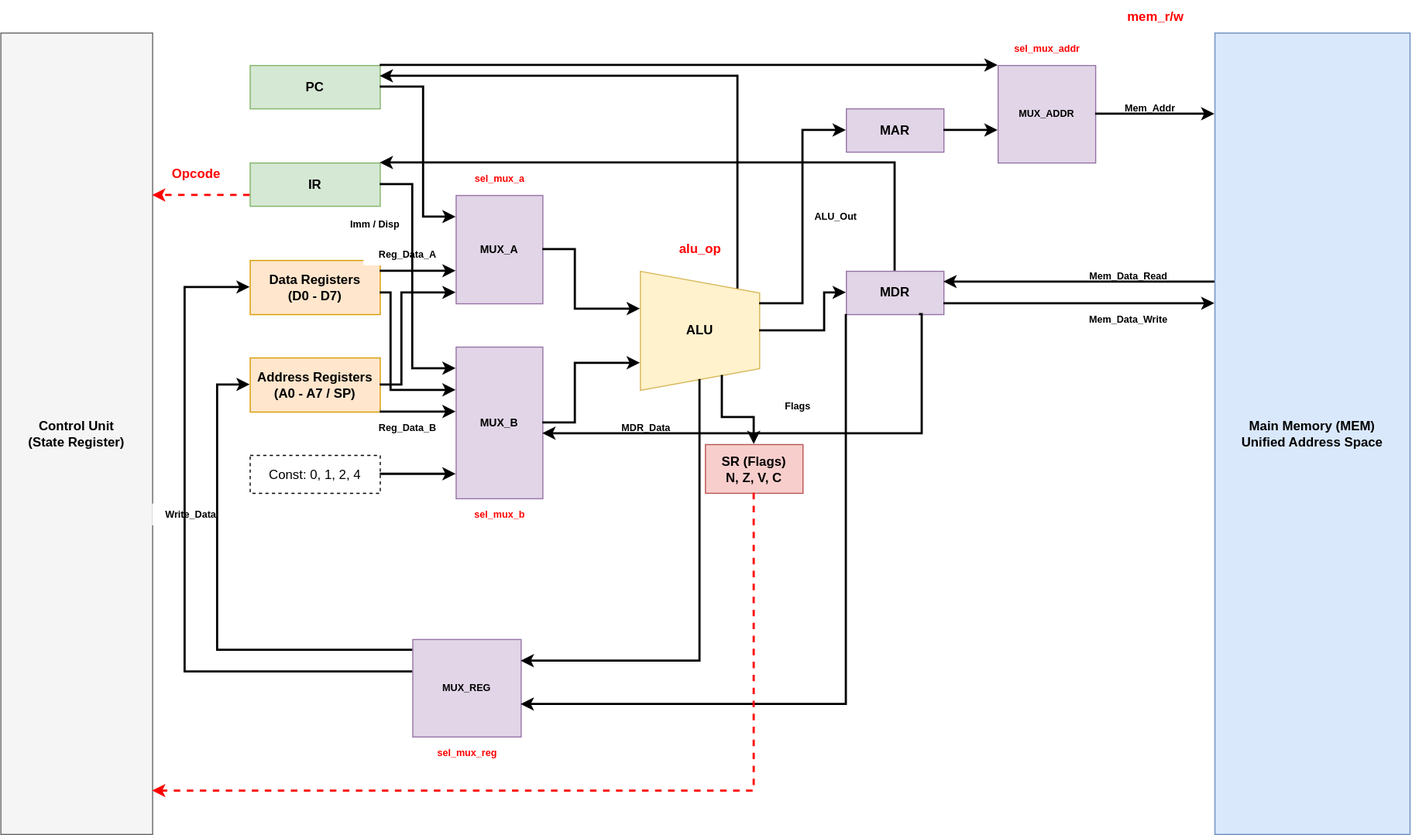
BlackHaMSter919/lab3 keeps this draw.io diagram as scheme.svg. Above is the earlier version. Source tidied: cells renumbered, new cells last; positions are measured from the earlier drawing's top-left corner, leaving out a move shared by most shapes. The source it was exported from:
```xml
<mxGraphModel>
  <root>
    <mxCell id="0" />
    <mxCell id="1" parent="0" />
    <mxCell id="2" value="Control Unit&#10;(State Register)" style="rounded=0;whiteSpace=wrap;html=1;fillColor=#f5f5f5;strokeColor=#666666;fontStyle=1;" parent="1" vertex="1">
      <mxGeometry y="30" width="140" height="740" as="geometry" />
    </mxCell>
    <mxCell id="3" value="Main Memory (MEM)&#10;Unified Address Space" style="rounded=0;whiteSpace=wrap;html=1;fillColor=#dae8fc;strokeColor=#6c8ebf;fontStyle=1;" parent="1" vertex="1">
      <mxGeometry x="1120" y="30" width="180" height="740" as="geometry" />
    </mxCell>
    <mxCell id="4" value="PC" style="rounded=0;whiteSpace=wrap;html=1;fillColor=#d5e8d4;strokeColor=#82b366;fontStyle=1;" parent="1" vertex="1">
      <mxGeometry x="230" y="60" width="120" height="40" as="geometry" />
    </mxCell>
    <mxCell id="5" value="IR" style="rounded=0;whiteSpace=wrap;html=1;fillColor=#d5e8d4;strokeColor=#82b366;fontStyle=1;" parent="1" vertex="1">
      <mxGeometry x="230" y="150" width="120" height="40" as="geometry" />
    </mxCell>
    <mxCell id="6" value="Data Registers&#10;(D0 - D7)" style="rounded=0;whiteSpace=wrap;html=1;fillColor=#ffe6cc;strokeColor=#d79b00;fontStyle=1;" parent="1" vertex="1">
      <mxGeometry x="230" y="240" width="120" height="50" as="geometry" />
    </mxCell>
    <mxCell id="7" value="Address Registers&#10;(A0 - A7 / SP)" style="rounded=0;whiteSpace=wrap;html=1;fillColor=#ffe6cc;strokeColor=#d79b00;fontStyle=1;" parent="1" vertex="1">
      <mxGeometry x="230" y="330" width="120" height="50" as="geometry" />
    </mxCell>
    <mxCell id="8" value="Const: 0, 1, 2, 4" style="rounded=0;whiteSpace=wrap;html=1;fillColor=#ffffff;strokeColor=#000000;dashed=1;" parent="1" vertex="1">
      <mxGeometry x="230" y="420" width="120" height="35" as="geometry" />
    </mxCell>
    <mxCell id="9" value="MAR" style="rounded=0;whiteSpace=wrap;html=1;fillColor=#e1d5e7;strokeColor=#9673a6;fontStyle=1;" parent="1" vertex="1">
      <mxGeometry x="780" y="100" width="90" height="40" as="geometry" />
    </mxCell>
    <mxCell id="10" value="MDR" style="rounded=0;whiteSpace=wrap;html=1;fillColor=#e1d5e7;strokeColor=#9673a6;fontStyle=1;" parent="1" vertex="1">
      <mxGeometry x="780" y="250" width="90" height="40" as="geometry" />
    </mxCell>
    <mxCell id="11" value="MUX_A" style="rounded=0;whiteSpace=wrap;html=1;fillColor=#e1d5e7;strokeColor=#9673a6;fontStyle=1;fontSize=10;" parent="1" vertex="1">
      <mxGeometry x="420" y="180" width="80" height="100" as="geometry" />
    </mxCell>
    <mxCell id="12" value="MUX_B" style="rounded=0;whiteSpace=wrap;html=1;fillColor=#e1d5e7;strokeColor=#9673a6;fontStyle=1;fontSize=10;" parent="1" vertex="1">
      <mxGeometry x="420" y="320" width="80" height="140" as="geometry" />
    </mxCell>
    <mxCell id="13" value="MUX_ADDR" style="rounded=0;whiteSpace=wrap;html=1;fillColor=#e1d5e7;strokeColor=#9673a6;fontStyle=1;fontSize=9;" parent="1" vertex="1">
      <mxGeometry x="920" y="60" width="90" height="90" as="geometry" />
    </mxCell>
    <mxCell id="14" value="MUX_REG" style="rounded=0;whiteSpace=wrap;html=1;fillColor=#e1d5e7;strokeColor=#9673a6;fontStyle=1;fontSize=9;" parent="1" vertex="1">
      <mxGeometry x="380" y="590" width="100" height="90" as="geometry" />
    </mxCell>
    <mxCell id="15" value="ALU" style="shape=trapezoid;perimeter=trapezoidPerimeter;whiteSpace=wrap;html=1;fixedSize=1;direction=south;fillColor=#fff2cc;strokeColor=#d6b656;fontStyle=1;" parent="1" vertex="1">
      <mxGeometry x="590" y="250" width="110" height="110" as="geometry" />
    </mxCell>
    <mxCell id="16" value="SR (Flags)&#10;N, Z, V, C" style="rounded=0;whiteSpace=wrap;html=1;fillColor=#f8cecc;strokeColor=#b85450;fontStyle=1;" parent="1" vertex="1">
      <mxGeometry x="650" y="410" width="90" height="45" as="geometry" />
    </mxCell>
    <mxCell id="17" value="Opcode" style="text;html=1;align=center;verticalAlign=middle;fontColor=#FF0000;fontStyle=1;" parent="1" vertex="1">
      <mxGeometry x="150" y="145" width="60" height="30" as="geometry" />
    </mxCell>
    <mxCell id="18" value="alu_op" style="text;html=1;align=center;verticalAlign=middle;fontColor=#FF0000;fontStyle=1;" parent="1" vertex="1">
      <mxGeometry x="615" y="215" width="60" height="30" as="geometry" />
    </mxCell>
    <mxCell id="19" value="mem_r/w" style="text;html=1;align=center;verticalAlign=middle;fontColor=#FF0000;fontStyle=1;" parent="1" vertex="1">
      <mxGeometry x="1030" width="70" height="30" as="geometry" />
    </mxCell>
    <mxCell id="20" value="sel_mux_a" style="text;html=1;align=center;verticalAlign=middle;fontColor=#FF0000;fontStyle=1;fontSize=9;" parent="1" vertex="1">
      <mxGeometry x="425" y="155" width="70" height="20" as="geometry" />
    </mxCell>
    <mxCell id="21" value="sel_mux_b" style="text;html=1;align=center;verticalAlign=middle;fontColor=#FF0000;fontStyle=1;fontSize=9;" parent="1" vertex="1">
      <mxGeometry x="425" y="465" width="70" height="20" as="geometry" />
    </mxCell>
    <mxCell id="22" value="sel_mux_reg" style="text;html=1;align=center;verticalAlign=middle;fontColor=#FF0000;fontStyle=1;fontSize=9;" parent="1" vertex="1">
      <mxGeometry x="390" y="685" width="80" height="20" as="geometry" />
    </mxCell>
    <mxCell id="23" value="sel_mux_addr" style="text;html=1;align=center;verticalAlign=middle;fontColor=#FF0000;fontStyle=1;fontSize=9;" parent="1" vertex="1">
      <mxGeometry x="920" y="35" width="90" height="20" as="geometry" />
    </mxCell>
    <mxCell id="24" value="Mem_Addr" style="text;html=1;align=center;verticalAlign=middle;fontSize=9;fontColor=#000000;fontStyle=1;fillColor=#ffffff;" parent="1" vertex="1">
      <mxGeometry x="1025" y="90" width="70" height="20" as="geometry" />
    </mxCell>
    <mxCell id="25" value="Mem_Data_Read" style="text;html=1;align=center;verticalAlign=middle;fontSize=9;fontColor=#000000;fontStyle=1;fillColor=#ffffff;" parent="1" vertex="1">
      <mxGeometry x="990" y="245" width="100" height="20" as="geometry" />
    </mxCell>
    <mxCell id="26" value="Mem_Data_Write" style="text;html=1;align=center;verticalAlign=middle;fontSize=9;fontColor=#000000;fontStyle=1;fillColor=#ffffff;" parent="1" vertex="1">
      <mxGeometry x="990" y="285" width="100" height="20" as="geometry" />
    </mxCell>
    <mxCell id="27" value="Reg_Data_A" style="text;html=1;align=center;verticalAlign=middle;fontSize=9;fontColor=#000000;fontStyle=1;fillColor=#ffffff;" parent="1" vertex="1">
      <mxGeometry x="335" y="225" width="80" height="20" as="geometry" />
    </mxCell>
    <mxCell id="28" value="Imm / Disp" style="text;html=1;align=center;verticalAlign=middle;fontSize=9;fontColor=#000000;fontStyle=1;fillColor=#ffffff;" parent="1" vertex="1">
      <mxGeometry x="310" y="197" width="70" height="20" as="geometry" />
    </mxCell>
    <mxCell id="29" value="Reg_Data_B" style="text;html=1;align=center;verticalAlign=middle;fontSize=9;fontColor=#000000;fontStyle=1;fillColor=#ffffff;" parent="1" vertex="1">
      <mxGeometry x="335" y="385" width="80" height="20" as="geometry" />
    </mxCell>
    <mxCell id="30" value="MDR_Data" style="text;html=1;align=center;verticalAlign=middle;fontSize=9;fontColor=#000000;fontStyle=1;fillColor=#ffffff;" parent="1" vertex="1">
      <mxGeometry x="560" y="385" width="70" height="20" as="geometry" />
    </mxCell>
    <mxCell id="31" value="Flags" style="text;html=1;align=center;verticalAlign=middle;fontSize=9;fontColor=#000000;fontStyle=1;fillColor=#ffffff;" parent="1" vertex="1">
      <mxGeometry x="710" y="365" width="50" height="20" as="geometry" />
    </mxCell>
    <mxCell id="32" value="ALU_Out" style="text;html=1;align=center;verticalAlign=middle;fontSize=9;fontColor=#000000;fontStyle=1;fillColor=#ffffff;" parent="1" vertex="1">
      <mxGeometry x="740" y="190" width="60" height="20" as="geometry" />
    </mxCell>
    <mxCell id="33" value="Write_Data" style="text;html=1;align=center;verticalAlign=middle;fontSize=9;fontColor=#000000;fontStyle=1;fillColor=#ffffff;" parent="1" vertex="1">
      <mxGeometry x="140" y="465" width="70" height="20" as="geometry" />
    </mxCell>
    <mxCell id="34" style="edgeStyle=orthogonalEdgeStyle;rounded=0;html=1;strokeWidth=2;" parent="1" edge="1" source="4" target="13">
      <mxGeometry relative="1" as="geometry">
        <Array as="points">
          <mxPoint x="630" y="60" />
          <mxPoint x="630" y="60" />
        </Array>
      </mxGeometry>
    </mxCell>
    <mxCell id="35" style="edgeStyle=orthogonalEdgeStyle;rounded=0;html=1;strokeWidth=2;" parent="1" edge="1" source="9" target="13">
      <mxGeometry relative="1" as="geometry">
        <Array as="points">
          <mxPoint x="900" y="120" />
          <mxPoint x="900" y="120" />
        </Array>
      </mxGeometry>
    </mxCell>
    <mxCell id="36" style="edgeStyle=orthogonalEdgeStyle;rounded=0;html=1;strokeWidth=2;" parent="1" edge="1" source="13" target="3">
      <mxGeometry relative="1" as="geometry">
        <Array as="points">
          <mxPoint x="1070" y="105" />
          <mxPoint x="1070" y="105" />
        </Array>
      </mxGeometry>
    </mxCell>
    <mxCell id="37" style="edgeStyle=orthogonalEdgeStyle;rounded=0;html=1;strokeWidth=2;" parent="1" edge="1" source="3" target="10">
      <mxGeometry relative="1" as="geometry">
        <Array as="points">
          <mxPoint x="980" y="260" />
          <mxPoint x="980" y="260" />
        </Array>
      </mxGeometry>
    </mxCell>
    <mxCell id="38" style="edgeStyle=orthogonalEdgeStyle;rounded=0;html=1;strokeWidth=2;" parent="1" edge="1" source="10" target="3">
      <mxGeometry relative="1" as="geometry">
        <Array as="points">
          <mxPoint x="1110" y="280" />
          <mxPoint x="1110" y="280" />
        </Array>
      </mxGeometry>
    </mxCell>
    <mxCell id="39" style="edgeStyle=orthogonalEdgeStyle;rounded=0;html=1;strokeWidth=2;" parent="1" edge="1" source="10" target="5">
      <mxGeometry relative="1" as="geometry">
        <Array as="points">
          <mxPoint x="825" y="150" />
        </Array>
      </mxGeometry>
    </mxCell>
    <mxCell id="40" style="edgeStyle=orthogonalEdgeStyle;rounded=0;html=1;strokeWidth=2;" parent="1" edge="1" source="4" target="11">
      <mxGeometry relative="1" as="geometry">
        <Array as="points">
          <mxPoint x="390" y="80" />
          <mxPoint x="390" y="200" />
        </Array>
      </mxGeometry>
    </mxCell>
    <mxCell id="41" style="edgeStyle=orthogonalEdgeStyle;rounded=0;html=1;strokeWidth=2;" parent="1" edge="1" source="6" target="11">
      <mxGeometry relative="1" as="geometry">
        <Array as="points">
          <mxPoint x="410" y="250" />
          <mxPoint x="410" y="250" />
        </Array>
      </mxGeometry>
    </mxCell>
    <mxCell id="42" style="edgeStyle=orthogonalEdgeStyle;rounded=0;html=1;strokeWidth=2;" parent="1" edge="1" source="7" target="11">
      <mxGeometry relative="1" as="geometry">
        <Array as="points">
          <mxPoint x="370" y="355" />
          <mxPoint x="370" y="270" />
        </Array>
      </mxGeometry>
    </mxCell>
    <mxCell id="43" style="edgeStyle=orthogonalEdgeStyle;rounded=0;html=1;strokeWidth=2;" parent="1" edge="1" source="5" target="12">
      <mxGeometry relative="1" as="geometry">
        <Array as="points">
          <mxPoint x="380" y="170" />
          <mxPoint x="380" y="340" />
        </Array>
      </mxGeometry>
    </mxCell>
    <mxCell id="44" style="edgeStyle=orthogonalEdgeStyle;rounded=0;html=1;strokeWidth=2;" parent="1" edge="1" source="6" target="12">
      <mxGeometry relative="1" as="geometry">
        <Array as="points">
          <mxPoint x="360" y="270" />
          <mxPoint x="360" y="360" />
        </Array>
      </mxGeometry>
    </mxCell>
    <mxCell id="45" style="edgeStyle=orthogonalEdgeStyle;rounded=0;html=1;strokeWidth=2;" parent="1" edge="1" source="7" target="12">
      <mxGeometry relative="1" as="geometry">
        <Array as="points">
          <mxPoint x="410" y="380" />
          <mxPoint x="410" y="380" />
        </Array>
      </mxGeometry>
    </mxCell>
    <mxCell id="46" style="edgeStyle=orthogonalEdgeStyle;rounded=0;html=1;strokeWidth=2;exitX=0.75;exitY=1;exitDx=0;exitDy=0;" parent="1" edge="1" source="10">
      <mxGeometry relative="1" as="geometry">
        <mxPoint x="500" y="400" as="targetPoint" />
        <Array as="points">
          <mxPoint x="850" y="290" />
          <mxPoint x="850" y="400" />
          <mxPoint x="500" y="400" />
        </Array>
      </mxGeometry>
    </mxCell>
    <mxCell id="47" style="edgeStyle=orthogonalEdgeStyle;rounded=0;html=1;strokeWidth=2;" parent="1" edge="1" source="8" target="12">
      <mxGeometry relative="1" as="geometry">
        <Array as="points">
          <mxPoint x="390" y="437.5" />
          <mxPoint x="390" y="437.5" />
        </Array>
      </mxGeometry>
    </mxCell>
    <mxCell id="48" style="edgeStyle=orthogonalEdgeStyle;rounded=0;html=1;strokeWidth=2;" parent="1" edge="1" source="11" target="15">
      <mxGeometry relative="1" as="geometry">
        <Array as="points">
          <mxPoint x="530" y="230" />
          <mxPoint x="530" y="285" />
        </Array>
      </mxGeometry>
    </mxCell>
    <mxCell id="49" style="edgeStyle=orthogonalEdgeStyle;rounded=0;html=1;strokeWidth=2;" parent="1" edge="1" source="12" target="15">
      <mxGeometry relative="1" as="geometry">
        <Array as="points">
          <mxPoint x="530" y="390" />
          <mxPoint x="530" y="335" />
        </Array>
      </mxGeometry>
    </mxCell>
    <mxCell id="50" style="edgeStyle=orthogonalEdgeStyle;rounded=0;html=1;strokeWidth=2;exitX=1;exitY=0.25;exitDx=0;exitDy=0;" parent="1" edge="1" source="15" target="16">
      <mxGeometry relative="1" as="geometry" />
    </mxCell>
    <mxCell id="51" style="edgeStyle=orthogonalEdgeStyle;rounded=0;html=1;strokeWidth=2;" parent="1" edge="1" source="15" target="9">
      <mxGeometry relative="1" as="geometry">
        <Array as="points">
          <mxPoint x="740" y="280" />
          <mxPoint x="740" y="120" />
        </Array>
      </mxGeometry>
    </mxCell>
    <mxCell id="52" style="edgeStyle=orthogonalEdgeStyle;rounded=0;html=1;strokeWidth=2;" parent="1" edge="1" source="15" target="10">
      <mxGeometry relative="1" as="geometry">
        <Array as="points">
          <mxPoint x="760" y="305" />
          <mxPoint x="760" y="270" />
        </Array>
      </mxGeometry>
    </mxCell>
    <mxCell id="53" style="edgeStyle=orthogonalEdgeStyle;rounded=0;html=1;strokeWidth=2;" parent="1" edge="1" source="15" target="4">
      <mxGeometry relative="1" as="geometry">
        <Array as="points">
          <mxPoint x="680" y="70" />
        </Array>
      </mxGeometry>
    </mxCell>
    <mxCell id="54" style="edgeStyle=orthogonalEdgeStyle;rounded=0;html=1;strokeWidth=2;" parent="1" edge="1" source="15" target="14">
      <mxGeometry relative="1" as="geometry">
        <Array as="points">
          <mxPoint x="645" y="610" />
        </Array>
      </mxGeometry>
    </mxCell>
    <mxCell id="55" style="edgeStyle=orthogonalEdgeStyle;rounded=0;html=1;strokeWidth=2;" parent="1" edge="1" source="10" target="14">
      <mxGeometry relative="1" as="geometry">
        <Array as="points">
          <mxPoint x="780" y="270" />
          <mxPoint x="780" y="650" />
        </Array>
      </mxGeometry>
    </mxCell>
    <mxCell id="56" style="edgeStyle=orthogonalEdgeStyle;rounded=0;html=1;strokeWidth=2;" parent="1" edge="1" source="14" target="6">
      <mxGeometry relative="1" as="geometry">
        <Array as="points">
          <mxPoint x="170" y="620" />
          <mxPoint x="170" y="265" />
        </Array>
      </mxGeometry>
    </mxCell>
    <mxCell id="57" style="edgeStyle=orthogonalEdgeStyle;rounded=0;html=1;strokeWidth=2;" parent="1" edge="1" source="14" target="7">
      <mxGeometry relative="1" as="geometry">
        <Array as="points">
          <mxPoint x="200" y="600" />
          <mxPoint x="200" y="355" />
        </Array>
      </mxGeometry>
    </mxCell>
    <mxCell id="58" style="edgeStyle=orthogonalEdgeStyle;rounded=0;html=1;dashed=1;strokeColor=#FF0000;strokeWidth=2;" parent="1" edge="1" source="5" target="2">
      <mxGeometry relative="1" as="geometry">
        <Array as="points">
          <mxPoint x="190" y="180" />
          <mxPoint x="190" y="180" />
        </Array>
      </mxGeometry>
    </mxCell>
    <mxCell id="59" style="edgeStyle=orthogonalEdgeStyle;rounded=0;html=1;dashed=1;strokeColor=#FF0000;strokeWidth=2;" parent="1" edge="1" source="16" target="2">
      <mxGeometry relative="1" as="geometry">
        <Array as="points">
          <mxPoint x="645" y="730" />
          <mxPoint x="70" y="730" />
        </Array>
      </mxGeometry>
    </mxCell>
  </root>
</mxGraphModel>
```
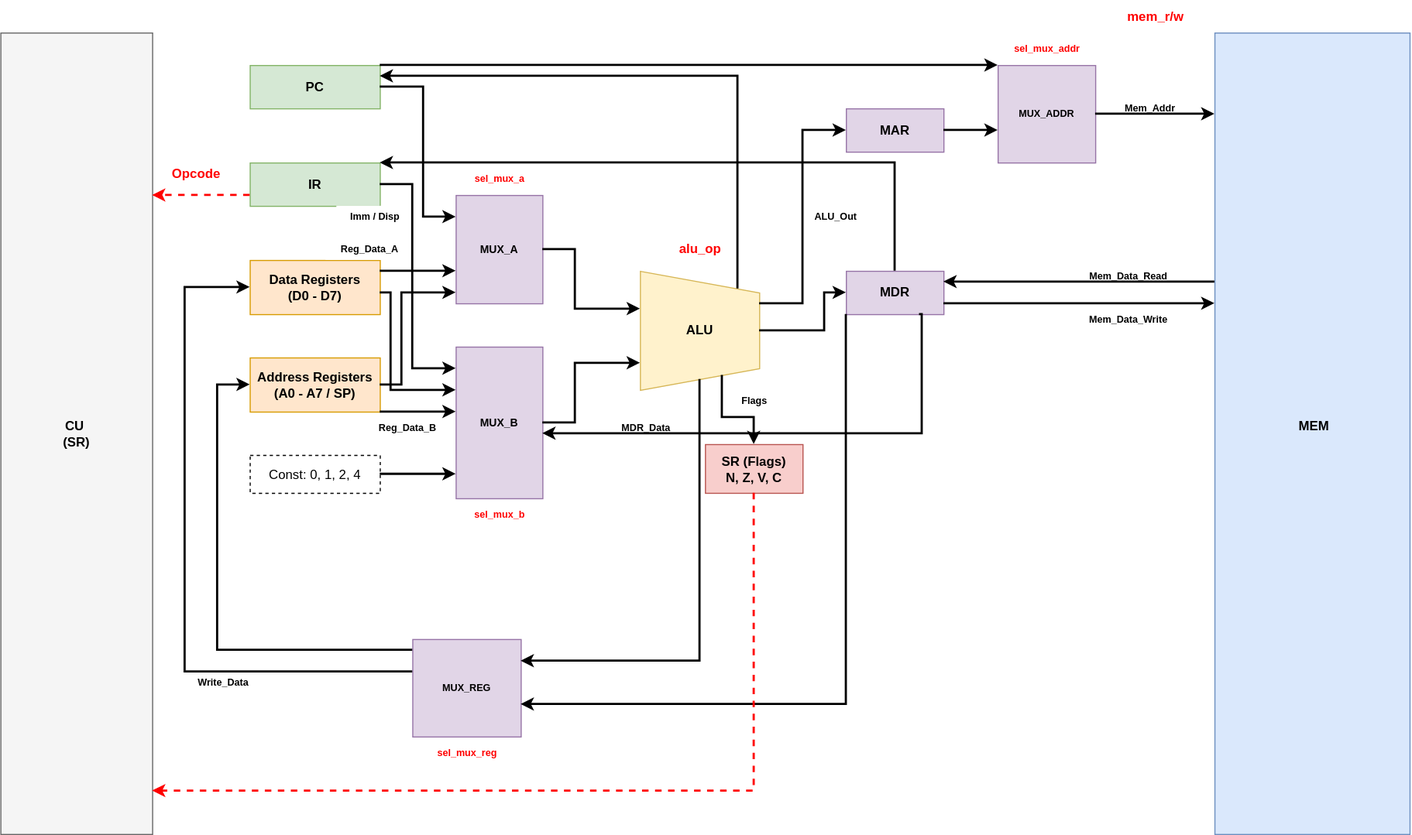
The same diagram one commit later.

Diff of the diagram source:
```diff
@@ -2,10 +2,10 @@
   <root>
     <mxCell id="0" />
     <mxCell id="1" parent="0" />
-    <mxCell id="2" value="Control Unit&#10;(State Register)" style="rounded=0;whiteSpace=wrap;html=1;fillColor=#f5f5f5;strokeColor=#666666;fontStyle=1;" parent="1" vertex="1">
+    <mxCell id="2" value="CU&amp;nbsp;&lt;div&gt;(SR)&lt;/div&gt;" style="rounded=0;whiteSpace=wrap;html=1;fillColor=#f5f5f5;strokeColor=#666666;fontStyle=1;" parent="1" vertex="1">
       <mxGeometry y="30" width="140" height="740" as="geometry" />
     </mxCell>
-    <mxCell id="3" value="Main Memory (MEM)&#10;Unified Address Space" style="rounded=0;whiteSpace=wrap;html=1;fillColor=#dae8fc;strokeColor=#6c8ebf;fontStyle=1;" parent="1" vertex="1">
+    <mxCell id="3" value="&amp;nbsp;MEM&lt;div&gt;&lt;br/&gt;&lt;/div&gt;" style="rounded=0;whiteSpace=wrap;html=1;fillColor=#dae8fc;strokeColor=#6c8ebf;fontStyle=1;" parent="1" vertex="1">
       <mxGeometry x="1120" y="30" width="180" height="740" as="geometry" />
     </mxCell>
     <mxCell id="4" value="PC" style="rounded=0;whiteSpace=wrap;html=1;fillColor=#d5e8d4;strokeColor=#82b366;fontStyle=1;" parent="1" vertex="1">
@@ -78,10 +78,10 @@
       <mxGeometry x="990" y="285" width="100" height="20" as="geometry" />
     </mxCell>
     <mxCell id="27" value="Reg_Data_A" style="text;html=1;align=center;verticalAlign=middle;fontSize=9;fontColor=#000000;fontStyle=1;fillColor=#ffffff;" parent="1" vertex="1">
-      <mxGeometry x="335" y="225" width="80" height="20" as="geometry" />
+      <mxGeometry x="300" y="220" width="80" height="20" as="geometry" />
     </mxCell>
     <mxCell id="28" value="Imm / Disp" style="text;html=1;align=center;verticalAlign=middle;fontSize=9;fontColor=#000000;fontStyle=1;fillColor=#ffffff;" parent="1" vertex="1">
-      <mxGeometry x="310" y="197" width="70" height="20" as="geometry" />
+      <mxGeometry x="310" y="190" width="70" height="20" as="geometry" />
     </mxCell>
     <mxCell id="29" value="Reg_Data_B" style="text;html=1;align=center;verticalAlign=middle;fontSize=9;fontColor=#000000;fontStyle=1;fillColor=#ffffff;" parent="1" vertex="1">
       <mxGeometry x="335" y="385" width="80" height="20" as="geometry" />
@@ -90,13 +90,13 @@
       <mxGeometry x="560" y="385" width="70" height="20" as="geometry" />
     </mxCell>
     <mxCell id="31" value="Flags" style="text;html=1;align=center;verticalAlign=middle;fontSize=9;fontColor=#000000;fontStyle=1;fillColor=#ffffff;" parent="1" vertex="1">
-      <mxGeometry x="710" y="365" width="50" height="20" as="geometry" />
+      <mxGeometry x="670" y="360" width="50" height="20" as="geometry" />
     </mxCell>
     <mxCell id="32" value="ALU_Out" style="text;html=1;align=center;verticalAlign=middle;fontSize=9;fontColor=#000000;fontStyle=1;fillColor=#ffffff;" parent="1" vertex="1">
       <mxGeometry x="740" y="190" width="60" height="20" as="geometry" />
     </mxCell>
     <mxCell id="33" value="Write_Data" style="text;html=1;align=center;verticalAlign=middle;fontSize=9;fontColor=#000000;fontStyle=1;fillColor=#ffffff;" parent="1" vertex="1">
-      <mxGeometry x="140" y="465" width="70" height="20" as="geometry" />
+      <mxGeometry x="170" y="620" width="70" height="20" as="geometry" />
     </mxCell>
     <mxCell id="34" style="edgeStyle=orthogonalEdgeStyle;rounded=0;html=1;strokeWidth=2;" parent="1" edge="1" source="4" target="13">
       <mxGeometry relative="1" as="geometry">
```
